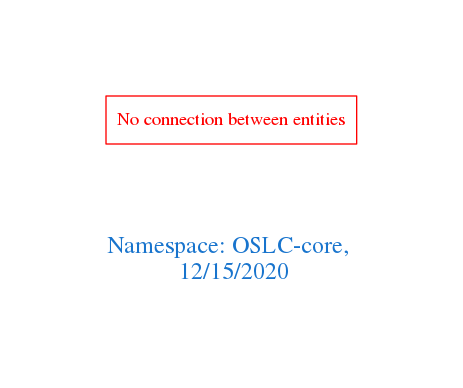
Earlier version of the Graphviz export downloads/OSLC-core.png (arago/OGIT). Its source is kept beside it as downloads/OSLC-core.dot.
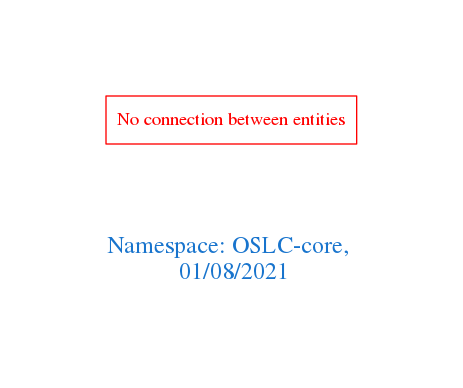
After the change.

What changed in the source:
```diff
@@ -1,7 +1,7 @@
 digraph OGIT_ontology {
  graph [ rankdir= LR,pad=1
 fontsize = 18,
-fontcolor= dodgerblue3,label = "\n\n\nNamespace: OSLC-core, \n 12/15/2020"];
+fontcolor= dodgerblue3,label = "\n\n\nNamespace: OSLC-core, \n 01/08/2021"];
 node[shape=polygon];
 edge [  color="gray81"];
 
```
